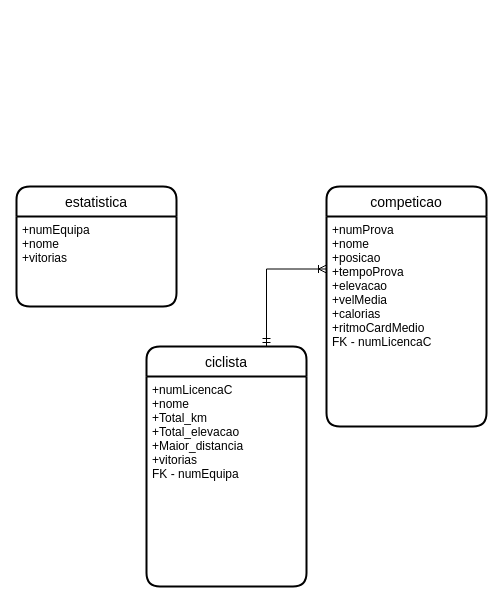
Before: er.drawio in AlexandrePSantos/BD-Gestao_Equipa_de_Ciclistas, a draw.io diagram. Source tidied: cells renumbered, new cells numbered last; positions are measured from the earlier drawing's top-left corner, leaving out a move shared by most shapes. Both pictures are drawn from the tidied source at 100%, with x=0, y=0 at pixel (16, 186).
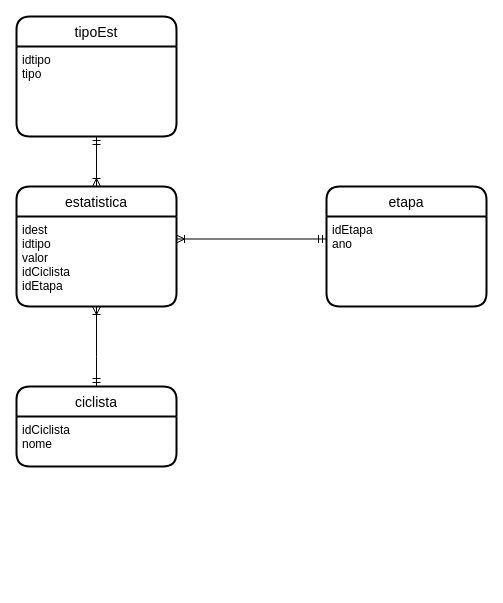
The same page after the edit.

The edit, as a diff of the source:
```diff
@@
 <mxGraphModel>
   <root>
     <mxCell id="0" />
     <mxCell id="1" parent="0" />
     <mxCell id="2" value="estatistica" style="swimlane;horizontal=1;startSize=30;rounded=1;fontSize=14;fontStyle=0;strokeWidth=2;shadow=0;dashed=0;align=center;" parent="1" vertex="1">
       <mxGeometry width="160" height="120" as="geometry" />
     </mxCell>
-    <mxCell id="3" value="+numEquipa&#10;+nome&#10;+vitorias" style="align=left;strokeColor=none;fillColor=none;spacingLeft=4;fontSize=12;verticalAlign=top;" parent="2" vertex="1">
+    <mxCell id="3" value="idest&#10;idtipo&#10;valor&#10;idCiclista&#10;idEtapa" style="align=left;strokeColor=none;fillColor=none;spacingLeft=4;fontSize=12;verticalAlign=top;" parent="2" vertex="1">
       <mxGeometry y="30" width="160" height="90" as="geometry" />
     </mxCell>
-    <mxCell id="4" style="edgeStyle=orthogonalEdgeStyle;rounded=0;jettySize=auto;html=1;exitX=0.75;exitY=0;exitDx=0;exitDy=0;entryX=0;entryY=0.25;entryDx=0;entryDy=0;startArrow=ERmandOne;startFill=0;endArrow=ERoneToMany;endFill=0;" parent="1" edge="1" source="5" target="8">
-      <mxGeometry relative="1" as="geometry" />
+    <mxCell id="4" style="edgeStyle=orthogonalEdgeStyle;rounded=0;jettySize=auto;html=1;exitX=0.5;exitY=0;exitDx=0;exitDy=0;entryX=0.5;entryY=1;entryDx=0;entryDy=0;startArrow=ERmandOne;startFill=0;endArrow=ERoneToMany;endFill=0;" parent="1" edge="1" source="5" target="3">
+      <mxGeometry relative="1" as="geometry">
+        <Array as="points">
+          <mxPoint x="80" y="170" />
+          <mxPoint x="80" y="170" />
+        </Array>
+      </mxGeometry>
     </mxCell>
     <mxCell id="5" value="ciclista" style="swimlane;horizontal=1;startSize=30;rounded=1;fontSize=14;fontStyle=0;strokeWidth=2;shadow=0;dashed=0;align=center;" parent="1" vertex="1">
-      <mxGeometry x="130" y="160" width="160" height="240" as="geometry" />
+      <mxGeometry y="200" width="160" height="80" as="geometry" />
     </mxCell>
-    <mxCell id="6" value="+numLicencaC&#10;+nome&#10;+Total_km&#10;+Total_elevacao&#10;+Maior_distancia&#10;+vitorias&#10;FK - numEquipa" style="align=left;strokeColor=none;fillColor=none;spacingLeft=4;fontSize=12;verticalAlign=top;" parent="5" vertex="1">
-      <mxGeometry y="30" width="160" height="210" as="geometry" />
+    <mxCell id="6" value="idCiclista&#10;nome" style="align=left;strokeColor=none;fillColor=none;spacingLeft=4;fontSize=12;verticalAlign=top;" parent="5" vertex="1">
+      <mxGeometry y="30" width="160" height="50" as="geometry" />
     </mxCell>
-    <mxCell id="7" value="competicao" style="swimlane;horizontal=1;startSize=30;rounded=1;fontSize=14;fontStyle=0;strokeWidth=2;shadow=0;dashed=0;align=center;" parent="1" vertex="1">
-      <mxGeometry x="310" width="160" height="240" as="geometry" />
+    <mxCell id="7" value="etapa" style="swimlane;horizontal=1;startSize=30;rounded=1;fontSize=14;fontStyle=0;strokeWidth=2;shadow=0;dashed=0;align=center;" parent="1" vertex="1">
+      <mxGeometry x="310" width="160" height="120" as="geometry" />
     </mxCell>
-    <mxCell id="8" value="+numProva&#10;+nome&#10;+posicao&#10;+tempoProva&#10;+elevacao&#10;+velMedia&#10;+calorias&#10;+ritmoCardMedio&#10;FK - numLicencaC" style="align=left;strokeColor=none;fillColor=none;spacingLeft=4;fontSize=12;verticalAlign=top;" parent="7" vertex="1">
-      <mxGeometry y="30" width="160" height="210" as="geometry" />
+    <mxCell id="8" value="idEtapa&#10;ano" style="align=left;strokeColor=none;fillColor=none;spacingLeft=4;fontSize=12;verticalAlign=top;" parent="7" vertex="1">
+      <mxGeometry y="30" width="160" height="90" as="geometry" />
     </mxCell>
+    <mxCell id="9" value="tipoEst" style="swimlane;horizontal=1;startSize=30;rounded=1;fontSize=14;fontStyle=0;strokeWidth=2;shadow=0;dashed=0;align=center;" parent="1" vertex="1">
+      <mxGeometry y="-170" width="160" height="120" as="geometry" />
+    </mxCell>
+    <mxCell id="10" value="idtipo&#10;tipo" style="align=left;strokeColor=none;fillColor=none;spacingLeft=4;fontSize=12;verticalAlign=top;" parent="9" vertex="1">
+      <mxGeometry y="30" width="160" height="90" as="geometry" />
+    </mxCell>
+    <mxCell id="11" style="edgeStyle=orthogonalEdgeStyle;rounded=0;jettySize=auto;html=1;exitX=0;exitY=0.25;exitDx=0;exitDy=0;entryX=1;entryY=0.25;entryDx=0;entryDy=0;startArrow=ERmandOne;startFill=0;endArrow=ERoneToMany;endFill=0;" parent="1" edge="1" source="8" target="3">
+      <mxGeometry relative="1" as="geometry" />
+    </mxCell>
+    <mxCell id="12" style="edgeStyle=orthogonalEdgeStyle;rounded=0;jettySize=auto;html=1;exitX=0.5;exitY=1;exitDx=0;exitDy=0;entryX=0.5;entryY=0;entryDx=0;entryDy=0;startArrow=ERmandOne;startFill=0;endArrow=ERoneToMany;endFill=0;" parent="1" edge="1" source="10" target="2">
+      <mxGeometry relative="1" as="geometry" />
+    </mxCell>
   </root>
 </mxGraphModel>
```
